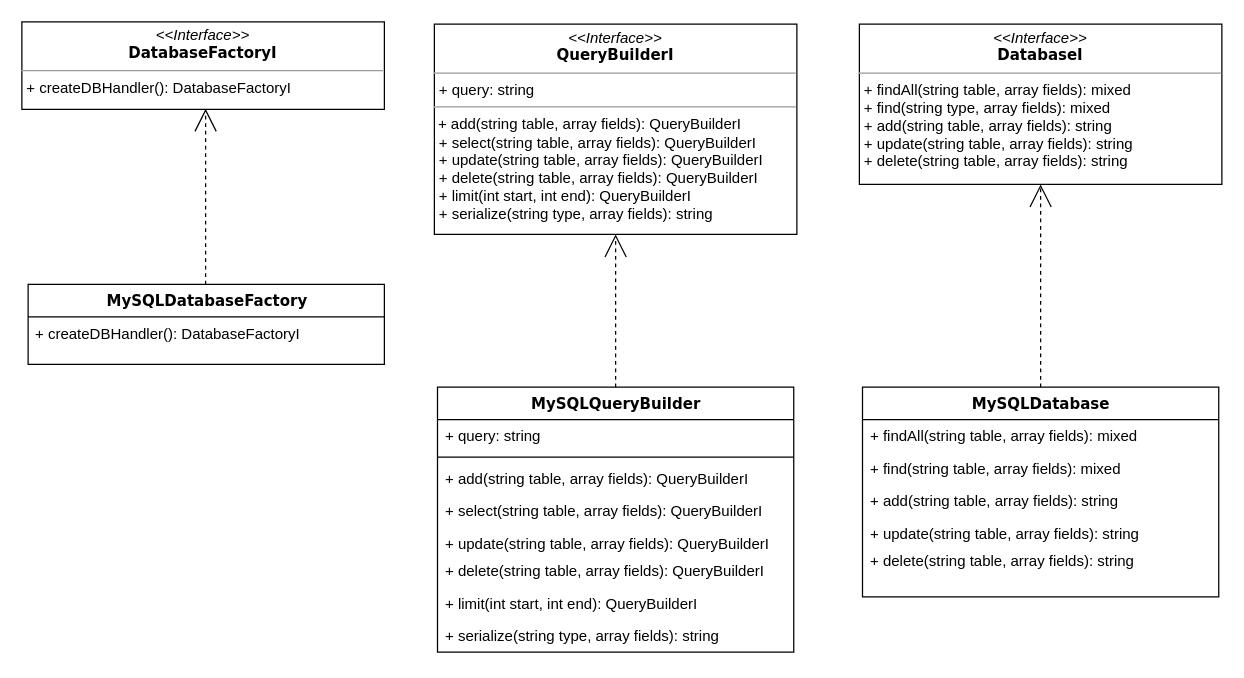
hasanuyanik/news-web-app keeps this draw.io diagram as Database UML Diagram.drawio. Above is the earlier version. Source tidied: cells renumbered, new cells numbered last; positions are measured from the earlier drawing's top-left corner, leaving out a move shared by most shapes. Both pictures are drawn from the tidied source at 125%, with x=0, y=0 at pixel (21, 21).
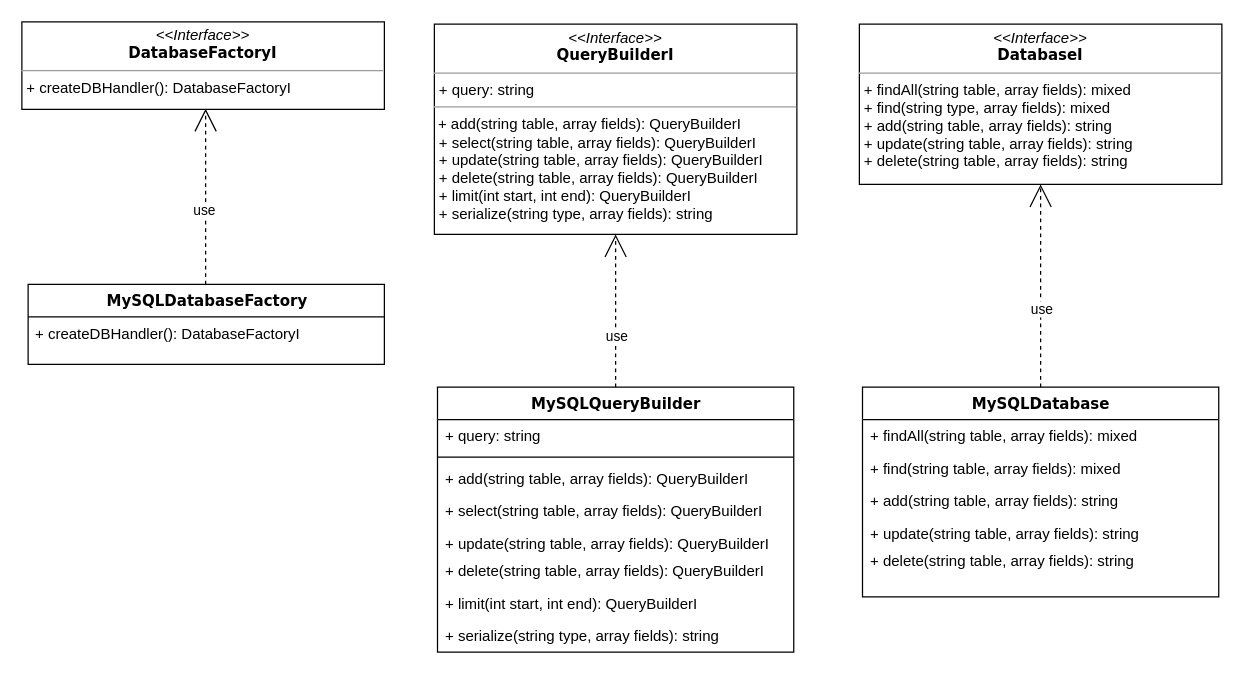
Above is the later version.

The change refers to these unchanged cells:
```xml
<mxCell id="2" style="edgeStyle=orthogonalEdgeStyle;rounded=0;html=1;dashed=1;labelBackgroundColor=none;startArrow=none;startFill=0;startSize=8;endArrow=open;endFill=0;endSize=16;fontFamily=Verdana;fontSize=12;" parent="1" edge="1" source="3" target="12">
  <mxGeometry relative="1" as="geometry">
    <Array as="points">
      <mxPoint x="475" y="251.8" />
      <mxPoint x="475" y="251.8" />
    </Array>
  </mxGeometry>
</mxCell>
<mxCell id="16" style="edgeStyle=orthogonalEdgeStyle;rounded=0;html=1;dashed=1;labelBackgroundColor=none;startArrow=none;startFill=0;startSize=8;endArrow=open;endFill=0;endSize=16;fontFamily=Verdana;fontSize=12;" parent="1" edge="1">
  <mxGeometry relative="1" as="geometry">
    <mxPoint x="147" y="210" as="sourcePoint" />
    <mxPoint x="147" y="69.5" as="targetPoint" />
    <Array as="points">
      <mxPoint x="147" y="169.5" />
      <mxPoint x="147" y="169.5" />
    </Array>
  </mxGeometry>
</mxCell>
<mxCell id="17" style="edgeStyle=orthogonalEdgeStyle;rounded=0;html=1;dashed=1;labelBackgroundColor=none;startArrow=none;startFill=0;startSize=8;endArrow=open;endFill=0;endSize=16;fontFamily=Verdana;fontSize=12;" parent="1" edge="1" source="18" target="24">
  <mxGeometry relative="1" as="geometry">
    <Array as="points">
      <mxPoint x="815" y="251.8" />
      <mxPoint x="815" y="251.8" />
    </Array>
  </mxGeometry>
</mxCell>
```

What changed in the source:
```diff
@@
+    <mxCell id="25" value="use" style="edgeLabel;html=1;align=center;verticalAlign=middle;" parent="2" vertex="1">
+      <mxGeometry x="-0.33" relative="1" as="geometry" />
+    </mxCell>
@@
+    <mxCell id="26" value="use" style="edgeLabel;html=1;align=center;verticalAlign=middle;" parent="16" vertex="1">
+      <mxGeometry x="-0.15" y="2" relative="1" as="geometry" />
+    </mxCell>
@@
+    <mxCell id="27" value="use" style="edgeLabel;html=1;align=center;verticalAlign=middle;" parent="17" vertex="1">
+      <mxGeometry x="-0.22" relative="1" as="geometry" />
+    </mxCell>
```
